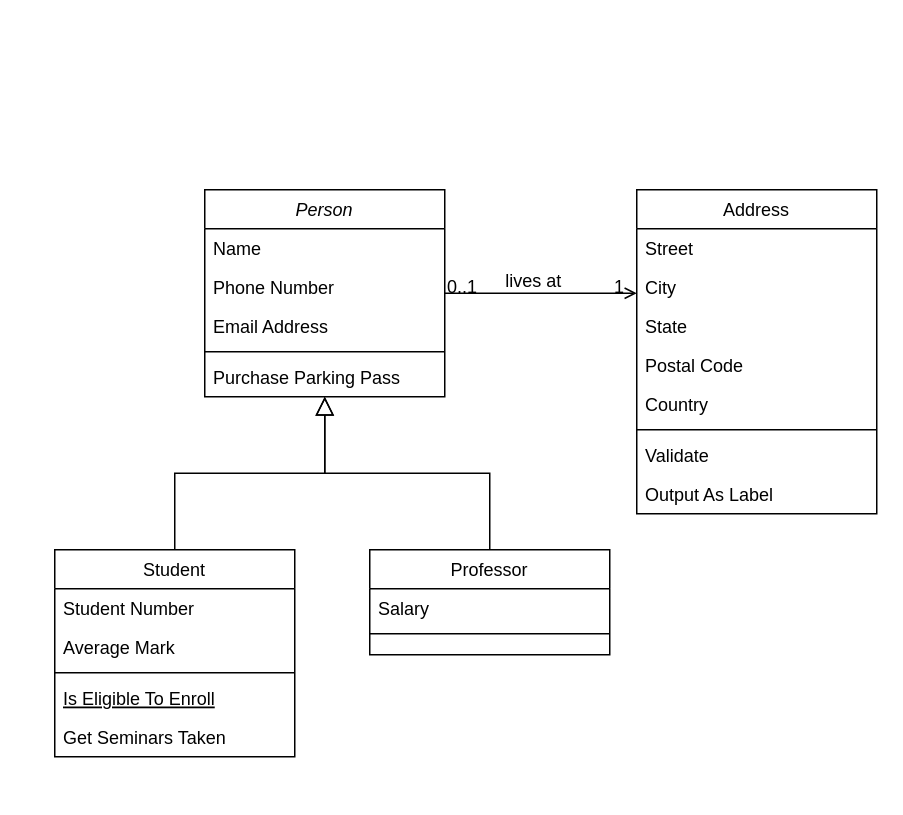
This is Diagrama sin título.drawio from Nicolasosvaldomarquez/Diagrama-de-Casos, a draw.io file, before an edit. Source tidied: cells renumbered, new cells numbered last; positions are measured from the earlier drawing's top-left corner, leaving out a move shared by most shapes. Both pictures are drawn from the tidied source at 150%, with x=0, y=0 at pixel (54, 189).
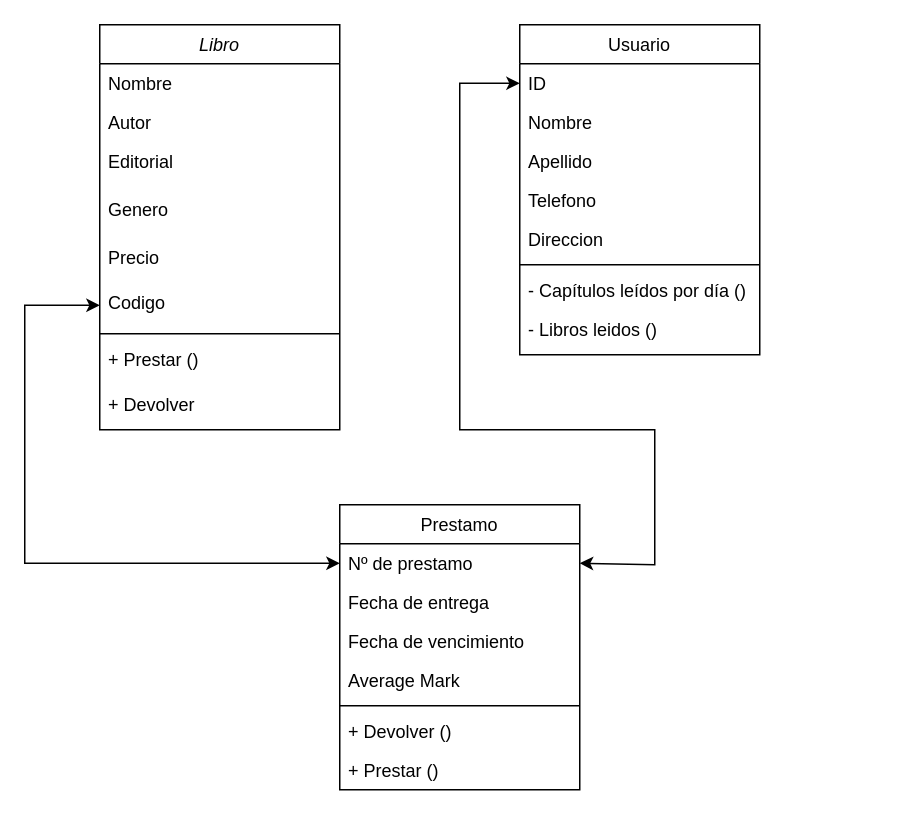
Above is the later version.

What changed in the source:
```diff
@@
-    <mxCell id="2" value="Person" style="swimlane;fontStyle=2;align=center;verticalAlign=top;horizontal=1;startSize=26;rounded=0;shadow=0;strokeWidth=1;" parent="1" vertex="1">
-      <mxGeometry x="100" width="160" height="138" as="geometry" />
+    <mxCell id="2" value="Libro&#10;" style="swimlane;fontStyle=2;align=center;verticalAlign=top;horizontal=1;startSize=26;rounded=0;shadow=0;strokeWidth=1;" parent="1" vertex="1">
+      <mxGeometry x="30" y="-110" width="160" height="270" as="geometry" />
     </mxCell>
-    <mxCell id="3" value="Name" style="text;align=left;verticalAlign=top;spacingLeft=4;spacingRight=4;overflow=hidden;" parent="2" vertex="1">
+    <mxCell id="3" value="Nombre&#10;" style="text;align=left;verticalAlign=top;spacingLeft=4;spacingRight=4;overflow=hidden;" parent="2" vertex="1">
       <mxGeometry y="26" width="160" height="26" as="geometry" />
     </mxCell>
-    <mxCell id="4" value="Phone Number" style="text;align=left;verticalAlign=top;spacingLeft=4;spacingRight=4;overflow=hidden;rounded=0;shadow=0;html=0;" parent="2" vertex="1">
+    <mxCell id="4" value="Autor" style="text;align=left;verticalAlign=top;spacingLeft=4;spacingRight=4;overflow=hidden;rounded=0;shadow=0;html=0;" parent="2" vertex="1">
       <mxGeometry y="52" width="160" height="26" as="geometry" />
     </mxCell>
-    <mxCell id="5" value="Email Address" style="text;align=left;verticalAlign=top;spacingLeft=4;spacingRight=4;overflow=hidden;rounded=0;shadow=0;html=0;" parent="2" vertex="1">
-      <mxGeometry y="78" width="160" height="26" as="geometry" />
+    <mxCell id="5" value="Editorial" style="text;align=left;verticalAlign=top;spacingLeft=4;spacingRight=4;overflow=hidden;rounded=0;shadow=0;html=0;" parent="2" vertex="1">
+      <mxGeometry y="78" width="160" height="32" as="geometry" />
     </mxCell>
+    <mxCell id="32" value="Genero&#10;" style="text;align=left;verticalAlign=top;spacingLeft=4;spacingRight=4;overflow=hidden;rounded=0;shadow=0;html=0;" parent="2" vertex="1">
+      <mxGeometry y="110" width="160" height="32" as="geometry" />
+    </mxCell>
+    <mxCell id="7" value="Precio&#10;" style="text;align=left;verticalAlign=top;spacingLeft=4;spacingRight=4;overflow=hidden;" parent="2" vertex="1">
+      <mxGeometry y="142" width="160" height="30" as="geometry" />
+    </mxCell>
+    <mxCell id="33" value="Codigo" style="text;align=left;verticalAlign=top;spacingLeft=4;spacingRight=4;overflow=hidden;points=[[0,0.5],[1,0.5]];portConstraint=eastwest;" parent="2" vertex="1">
+      <mxGeometry y="172" width="160" height="30" as="geometry" />
+    </mxCell>
     <mxCell id="6" style="line;html=1;strokeWidth=1;align=left;verticalAlign=middle;spacingTop=-1;spacingLeft=3;spacingRight=3;labelPosition=right;" parent="2" vertex="1">
-      <mxGeometry y="104" width="160" height="8" as="geometry" />
+      <mxGeometry y="202" width="160" height="8" as="geometry" />
     </mxCell>
-    <mxCell id="7" value="Purchase Parking Pass" style="text;align=left;verticalAlign=top;spacingLeft=4;spacingRight=4;overflow=hidden;" parent="2" vertex="1">
-      <mxGeometry y="112" width="160" height="26" as="geometry" />
-    </mxCell>
+    <mxCell id="34" value="+ Prestar ()" style="text;align=left;verticalAlign=top;spacingLeft=4;spacingRight=4;overflow=hidden;" parent="2" vertex="1">
+      <mxGeometry y="210" width="160" height="30" as="geometry" />
+    </mxCell>
+    <mxCell id="35" value="+ Devolver&#10;" style="text;align=left;verticalAlign=top;spacingLeft=4;spacingRight=4;overflow=hidden;" parent="2" vertex="1">
+      <mxGeometry y="240" width="160" height="30" as="geometry" />
+    </mxCell>
-    <mxCell id="8" value="Student" style="swimlane;fontStyle=0;align=center;verticalAlign=top;horizontal=1;startSize=26;rounded=0;shadow=0;strokeWidth=1;" parent="1" vertex="1">
-      <mxGeometry y="240" width="160" height="138" as="geometry" />
+    <mxCell id="8" value="Prestamo&#10;" style="swimlane;fontStyle=0;align=center;verticalAlign=top;horizontal=1;startSize=26;rounded=0;shadow=0;strokeWidth=1;" parent="1" vertex="1">
+      <mxGeometry x="190" y="210" width="160" height="190" as="geometry" />
     </mxCell>
-    <mxCell id="9" value="Student Number" style="text;align=left;verticalAlign=top;spacingLeft=4;spacingRight=4;overflow=hidden;points=[[0,0.5],[1,0.5]];portConstraint=eastwest;" parent="8" vertex="1">
+    <mxCell id="9" value="Nº de prestamo" style="text;align=left;verticalAlign=top;spacingLeft=4;spacingRight=4;overflow=hidden;points=[[0,0.5],[1,0.5]];portConstraint=eastwest;" parent="8" vertex="1">
       <mxGeometry y="26" width="160" height="26" as="geometry" />
     </mxCell>
-    <mxCell id="10" value="Average Mark" style="text;align=left;verticalAlign=top;spacingLeft=4;spacingRight=4;overflow=hidden;rounded=0;shadow=0;html=0;" parent="8" vertex="1">
+    <mxCell id="10" value="Fecha de entrega" style="text;align=left;verticalAlign=top;spacingLeft=4;spacingRight=4;overflow=hidden;rounded=0;shadow=0;html=0;" parent="8" vertex="1">
       <mxGeometry y="52" width="160" height="26" as="geometry" />
     </mxCell>
+    <mxCell id="36" value="Fecha de vencimiento" style="text;align=left;verticalAlign=top;spacingLeft=4;spacingRight=4;overflow=hidden;rounded=0;shadow=0;html=0;" parent="8" vertex="1">
+      <mxGeometry y="78" width="160" height="26" as="geometry" />
+    </mxCell>
+    <mxCell id="37" value="Average Mark" style="text;align=left;verticalAlign=top;spacingLeft=4;spacingRight=4;overflow=hidden;rounded=0;shadow=0;html=0;" parent="8" vertex="1">
+      <mxGeometry y="104" width="160" height="26" as="geometry" />
+    </mxCell>
     <mxCell id="11" style="line;html=1;strokeWidth=1;align=left;verticalAlign=middle;spacingTop=-1;spacingLeft=3;spacingRight=3;labelPosition=right;" parent="8" vertex="1">
-      <mxGeometry y="78" width="160" height="8" as="geometry" />
+      <mxGeometry y="130" width="160" height="8" as="geometry" />
     </mxCell>
-    <mxCell id="12" value="Is Eligible To Enroll" style="text;align=left;verticalAlign=top;spacingLeft=4;spacingRight=4;overflow=hidden;fontStyle=4;" parent="8" vertex="1">
-      <mxGeometry y="86" width="160" height="26" as="geometry" />
-    </mxCell>
-    <mxCell id="13" value="Get Seminars Taken" style="text;align=left;verticalAlign=top;spacingLeft=4;spacingRight=4;overflow=hidden;" parent="8" vertex="1">
-      <mxGeometry y="112" width="160" height="26" as="geometry" />
+    <mxCell id="13" value="+ Devolver ()" style="text;align=left;verticalAlign=top;spacingLeft=4;spacingRight=4;overflow=hidden;" parent="8" vertex="1">
+      <mxGeometry y="138" width="160" height="26" as="geometry" />
     </mxCell>
-    <mxCell id="14" style="endArrow=block;endSize=10;endFill=0;shadow=0;strokeWidth=1;rounded=0;curved=0;edgeStyle=elbowEdgeStyle;elbow=vertical;" parent="1" edge="1" source="8" target="2">
-      <mxGeometry relative="1" as="geometry" />
-    </mxCell>
-    <mxCell id="15" value="Professor" style="swimlane;fontStyle=0;align=center;verticalAlign=top;horizontal=1;startSize=26;rounded=0;shadow=0;strokeWidth=1;" parent="1" vertex="1">
-      <mxGeometry x="210" y="240" width="160" height="70" as="geometry" />
-    </mxCell>
-    <mxCell id="16" value="Salary" style="text;align=left;verticalAlign=top;spacingLeft=4;spacingRight=4;overflow=hidden;" parent="15" vertex="1">
-      <mxGeometry y="26" width="160" height="26" as="geometry" />
-    </mxCell>
-    <mxCell id="17" style="line;html=1;strokeWidth=1;align=left;verticalAlign=middle;spacingTop=-1;spacingLeft=3;spacingRight=3;labelPosition=right;" parent="15" vertex="1">
-      <mxGeometry y="52" width="160" height="8" as="geometry" />
-    </mxCell>
-    <mxCell id="18" style="endArrow=block;endSize=10;endFill=0;shadow=0;strokeWidth=1;rounded=0;curved=0;edgeStyle=elbowEdgeStyle;elbow=vertical;" parent="1" edge="1" source="15" target="2">
-      <mxGeometry relative="1" as="geometry" />
-    </mxCell>
+    <mxCell id="38" value="+ Prestar ()" style="text;align=left;verticalAlign=top;spacingLeft=4;spacingRight=4;overflow=hidden;" parent="8" vertex="1">
+      <mxGeometry y="164" width="160" height="26" as="geometry" />
+    </mxCell>
-    <mxCell id="19" value="Address" style="swimlane;fontStyle=0;align=center;verticalAlign=top;horizontal=1;startSize=26;rounded=0;shadow=0;strokeWidth=1;" parent="1" vertex="1">
-      <mxGeometry x="388" width="160" height="216" as="geometry" />
+    <mxCell id="19" value="Usuario&#10;" style="swimlane;fontStyle=0;align=center;verticalAlign=top;horizontal=1;startSize=26;rounded=0;shadow=0;strokeWidth=1;" parent="1" vertex="1">
+      <mxGeometry x="310" y="-110" width="160" height="220" as="geometry" />
     </mxCell>
-    <mxCell id="20" value="Street" style="text;align=left;verticalAlign=top;spacingLeft=4;spacingRight=4;overflow=hidden;points=[[0,0.5],[1,0.5]];portConstraint=eastwest;" parent="19" vertex="1">
+    <mxCell id="20" value="ID" style="text;align=left;verticalAlign=top;spacingLeft=4;spacingRight=4;overflow=hidden;points=[[0,0.5],[1,0.5]];portConstraint=eastwest;" parent="19" vertex="1">
       <mxGeometry y="26" width="160" height="26" as="geometry" />
     </mxCell>
-    <mxCell id="21" value="City" style="text;align=left;verticalAlign=top;spacingLeft=4;spacingRight=4;overflow=hidden;rounded=0;shadow=0;html=0;" parent="19" vertex="1">
+    <mxCell id="21" value="Nombre&#10;" style="text;align=left;verticalAlign=top;spacingLeft=4;spacingRight=4;overflow=hidden;rounded=0;shadow=0;html=0;" parent="19" vertex="1">
       <mxGeometry y="52" width="160" height="26" as="geometry" />
     </mxCell>
-    <mxCell id="22" value="State" style="text;align=left;verticalAlign=top;spacingLeft=4;spacingRight=4;overflow=hidden;rounded=0;shadow=0;html=0;" parent="19" vertex="1">
+    <mxCell id="22" value="Apellido" style="text;align=left;verticalAlign=top;spacingLeft=4;spacingRight=4;overflow=hidden;rounded=0;shadow=0;html=0;" parent="19" vertex="1">
       <mxGeometry y="78" width="160" height="26" as="geometry" />
     </mxCell>
-    <mxCell id="23" value="Postal Code" style="text;align=left;verticalAlign=top;spacingLeft=4;spacingRight=4;overflow=hidden;rounded=0;shadow=0;html=0;" parent="19" vertex="1">
+    <mxCell id="23" value="Telefono" style="text;align=left;verticalAlign=top;spacingLeft=4;spacingRight=4;overflow=hidden;rounded=0;shadow=0;html=0;" parent="19" vertex="1">
       <mxGeometry y="104" width="160" height="26" as="geometry" />
     </mxCell>
-    <mxCell id="24" value="Country" style="text;align=left;verticalAlign=top;spacingLeft=4;spacingRight=4;overflow=hidden;rounded=0;shadow=0;html=0;" parent="19" vertex="1">
+    <mxCell id="24" value="Direccion" style="text;align=left;verticalAlign=top;spacingLeft=4;spacingRight=4;overflow=hidden;rounded=0;shadow=0;html=0;" parent="19" vertex="1">
       <mxGeometry y="130" width="160" height="26" as="geometry" />
     </mxCell>
@@
-    <mxCell id="26" value="Validate" style="text;align=left;verticalAlign=top;spacingLeft=4;spacingRight=4;overflow=hidden;" parent="19" vertex="1">
+    <mxCell id="26" value="- Capítulos leídos por día ()" style="text;align=left;verticalAlign=top;spacingLeft=4;spacingRight=4;overflow=hidden;" parent="19" vertex="1">
       <mxGeometry y="164" width="160" height="26" as="geometry" />
     </mxCell>
-    <mxCell id="27" value="Output As Label" style="text;align=left;verticalAlign=top;spacingLeft=4;spacingRight=4;overflow=hidden;" parent="19" vertex="1">
-      <mxGeometry y="190" width="160" height="26" as="geometry" />
-    </mxCell>
-    <mxCell id="28" style="endArrow=open;shadow=0;strokeWidth=1;rounded=0;curved=0;endFill=1;edgeStyle=elbowEdgeStyle;elbow=vertical;" parent="1" edge="1" source="2" target="19">
-      <mxGeometry x="0.5" y="41" relative="1" as="geometry">
-        <mxPoint x="-40" y="32" as="offset" />
-      </mxGeometry>
-    </mxCell>
-    <mxCell id="29" value="0..1" style="align=left;verticalAlign=bottom;labelBackgroundColor=none;fontSize=12;" parent="28" vertex="1">
-      <mxGeometry x="-1" relative="1" as="geometry">
-        <mxPoint y="4" as="offset" />
-      </mxGeometry>
-    </mxCell>
-    <mxCell id="30" value="1" style="align=right;verticalAlign=bottom;labelBackgroundColor=none;fontSize=12;" parent="28" vertex="1">
-      <mxGeometry x="1" relative="1" as="geometry">
-        <mxPoint x="-7" y="4" as="offset" />
-      </mxGeometry>
-    </mxCell>
-    <mxCell id="31" value="lives at" style="text;html=1;align=center;verticalAlign=middle;labelBackgroundColor=none;rounded=0;shadow=0;strokeWidth=1;fontSize=12;" parent="28" vertex="1">
-      <mxGeometry x="0.5" y="49" relative="1" as="geometry">
-        <mxPoint x="-38" y="40" as="offset" />
-      </mxGeometry>
-    </mxCell>
+    <mxCell id="39" value="- Libros leidos ()" style="text;align=left;verticalAlign=top;spacingLeft=4;spacingRight=4;overflow=hidden;" parent="19" vertex="1">
+      <mxGeometry y="190" width="160" height="26" as="geometry" />
+    </mxCell>
+    <mxCell id="40" style="endArrow=classic;startArrow=classic;html=1;rounded=0;entryX=0;entryY=0.5;entryDx=0;entryDy=0;exitX=0;exitY=0.5;exitDx=0;exitDy=0;" parent="1" edge="1" source="33" target="9">
+      <mxGeometry relative="1" as="geometry">
+        <Array as="points">
+          <mxPoint x="-20" y="77" />
+          <mxPoint x="-20" y="249" />
+        </Array>
+      </mxGeometry>
+    </mxCell>
+    <mxCell id="41" style="endArrow=classic;startArrow=classic;html=1;rounded=0;entryX=0;entryY=0.5;entryDx=0;entryDy=0;exitX=1;exitY=0.5;exitDx=0;exitDy=0;" parent="1" edge="1" source="9" target="20">
+      <mxGeometry relative="1" as="geometry">
+        <Array as="points">
+          <mxPoint x="400" y="250" />
+          <mxPoint x="400" y="160" />
+          <mxPoint x="270" y="160" />
+          <mxPoint x="270" y="-71" />
+        </Array>
+      </mxGeometry>
+    </mxCell>
```
